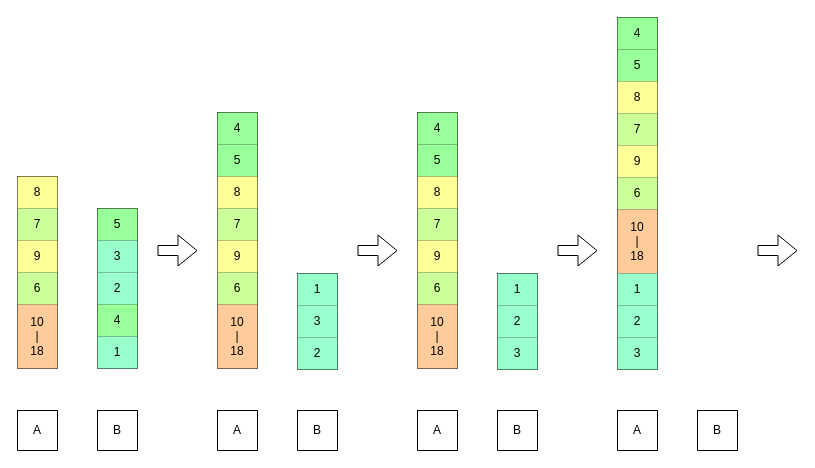
The draw.io diagram page "123確定" (3 of 9) of images/qsort/qsort.dio in welove-t/42Tokyo-push_swap, before the edit. Source tidied: cells renumbered, new cells numbered last; positions are measured from the earlier drawing's top-left corner, leaving out a move shared by most shapes. Both pictures are drawn from the tidied source at 100%, with x=0, y=0 at pixel (17, 17).
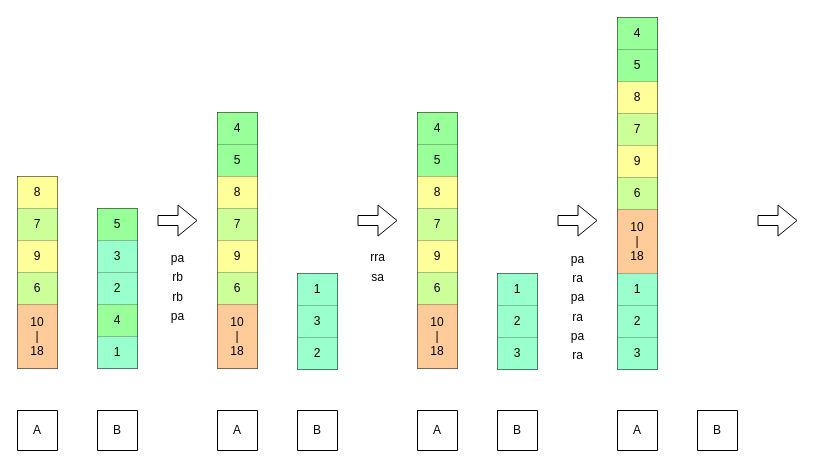
The same diagram, later.

Diff of the diagram source:
```diff
@@
     <mxCell id="113" style="shape=flexArrow;endArrow=classic;html=1;" parent="1" edge="1">
       <mxGeometry relative="1" as="geometry">
-        <mxPoint x="140" y="233" as="sourcePoint" />
-        <mxPoint x="180" y="233" as="targetPoint" />
+        <mxPoint x="140" y="203" as="sourcePoint" />
+        <mxPoint x="180" y="203" as="targetPoint" />
       </mxGeometry>
     </mxCell>
     <mxCell id="114" style="shape=flexArrow;endArrow=classic;html=1;" parent="1" edge="1">
       <mxGeometry relative="1" as="geometry">
-        <mxPoint x="340" y="233" as="sourcePoint" />
-        <mxPoint x="380" y="233" as="targetPoint" />
+        <mxPoint x="340" y="203" as="sourcePoint" />
+        <mxPoint x="380" y="203" as="targetPoint" />
       </mxGeometry>
     </mxCell>
     <mxCell id="115" style="shape=flexArrow;endArrow=classic;html=1;" parent="1" edge="1">
       <mxGeometry relative="1" as="geometry">
-        <mxPoint x="540" y="233" as="sourcePoint" />
-        <mxPoint x="580" y="233" as="targetPoint" />
+        <mxPoint x="540" y="203" as="sourcePoint" />
+        <mxPoint x="580" y="203" as="targetPoint" />
       </mxGeometry>
     </mxCell>
     <mxCell id="116" style="shape=flexArrow;endArrow=classic;html=1;" parent="1" edge="1">
       <mxGeometry relative="1" as="geometry">
-        <mxPoint x="740" y="233" as="sourcePoint" />
-        <mxPoint x="780" y="233" as="targetPoint" />
+        <mxPoint x="740" y="203" as="sourcePoint" />
+        <mxPoint x="780" y="203" as="targetPoint" />
       </mxGeometry>
     </mxCell>
+    <mxCell id="117" value="&lt;font style=&quot;font-size: 12px;&quot;&gt;pa&lt;br style=&quot;&quot;&gt;rb&lt;br style=&quot;&quot;&gt;rb&lt;br style=&quot;&quot;&gt;pa&lt;br&gt;&lt;/font&gt;" style="text;html=1;align=center;verticalAlign=middle;strokeColor=none;fillColor=none;fontSize=16;" parent="1" vertex="1">
+      <mxGeometry x="140" y="223" width="40" height="90" as="geometry" />
+    </mxCell>
+    <mxCell id="118" value="&lt;font style=&quot;font-size: 12px;&quot;&gt;rra&lt;br style=&quot;&quot;&gt;sa&lt;br&gt;&lt;/font&gt;" style="text;html=1;align=center;verticalAlign=middle;strokeColor=none;fillColor=none;fontSize=16;" parent="1" vertex="1">
+      <mxGeometry x="340" y="223" width="40" height="50" as="geometry" />
+    </mxCell>
+    <mxCell id="119" value="&lt;font style=&quot;font-size: 12px;&quot;&gt;pa&lt;br style=&quot;&quot;&gt;ra&lt;br style=&quot;&quot;&gt;pa&lt;br style=&quot;&quot;&gt;ra&lt;br&gt;pa&lt;br&gt;ra&lt;br&gt;&lt;/font&gt;" style="text;html=1;align=center;verticalAlign=middle;strokeColor=none;fillColor=none;fontSize=16;" parent="1" vertex="1">
+      <mxGeometry x="540" y="223" width="40" height="130" as="geometry" />
+    </mxCell>
```
